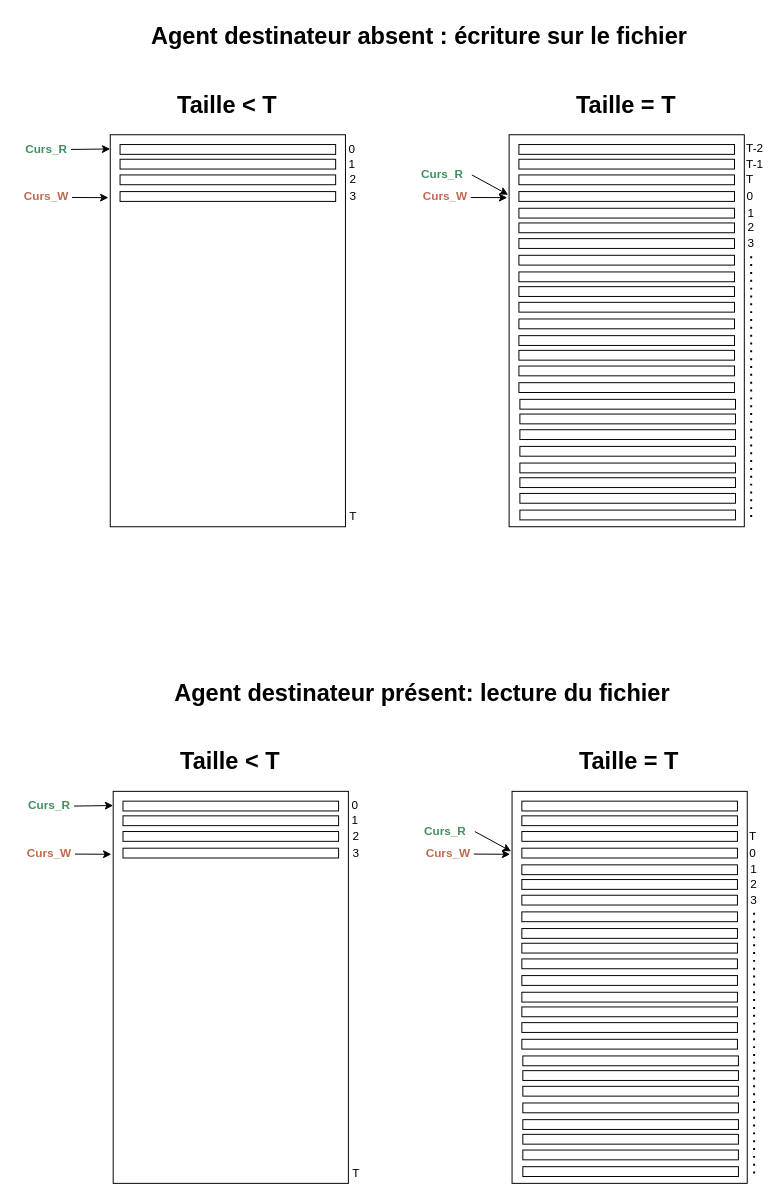
Before: page "Page-1" (1 of 2) of Diagramme sans nom.drawio in zeroun01/git, a draw.io diagram. Source tidied: cells renumbered, new cells numbered last; positions are measured from the earlier drawing's top-left corner, leaving out a move shared by most shapes. Both pictures are drawn from the tidied source at 98%, with x=0, y=0 at pixel (17, 17).
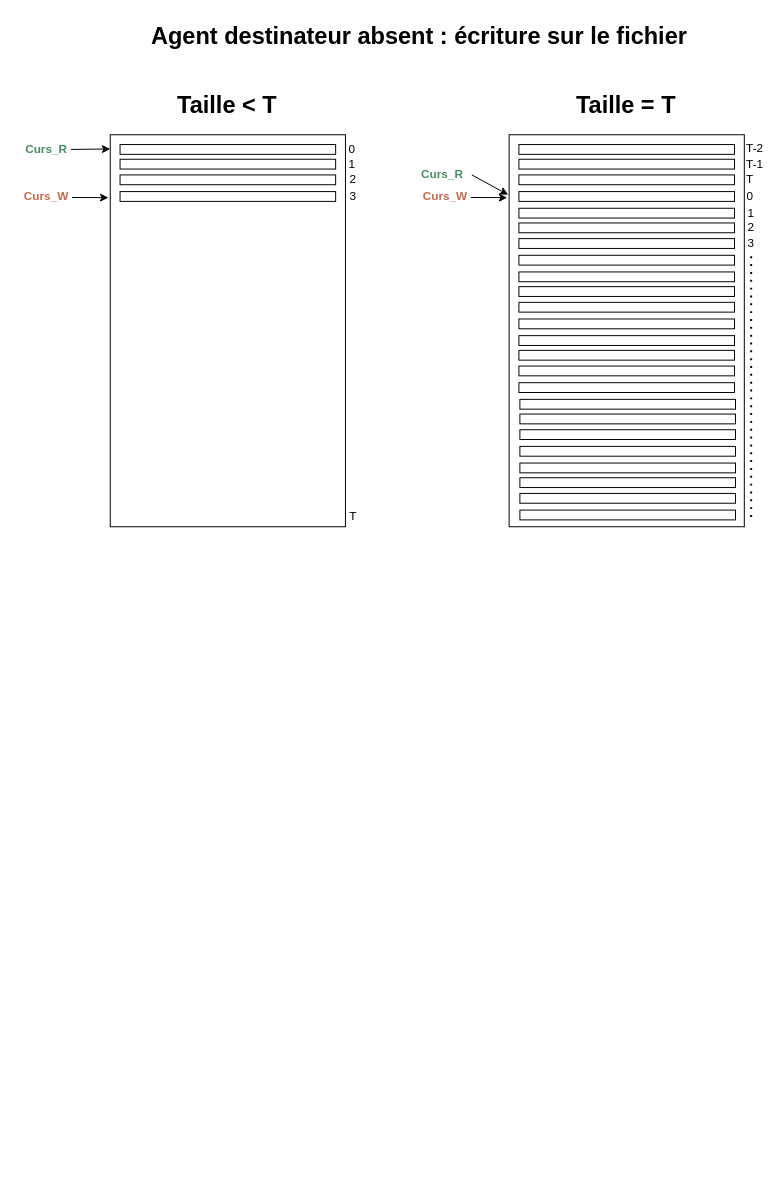
The same diagram, later.

Commit message:
Mettre à jour Diagramme sans nom.drawio

The edit, as a diff of the source:
```diff
@@
-    <mxCell id="54" style="rounded=0;whiteSpace=wrap;html=1;" parent="1" vertex="1">
-      <mxGeometry x="98" y="790" width="240" height="400" as="geometry" />
-    </mxCell>
-    <mxCell id="55" style="rounded=0;whiteSpace=wrap;html=1;" parent="1" vertex="1">
-      <mxGeometry x="108" y="800" width="220" height="10" as="geometry" />
-    </mxCell>
-    <mxCell id="56" style="rounded=0;whiteSpace=wrap;html=1;" parent="1" vertex="1">
-      <mxGeometry x="108" y="815" width="220" height="10" as="geometry" />
-    </mxCell>
-    <mxCell id="57" style="rounded=0;whiteSpace=wrap;html=1;" parent="1" vertex="1">
-      <mxGeometry x="108" y="848" width="220" height="10" as="geometry" />
-    </mxCell>
-    <mxCell id="58" style="rounded=0;whiteSpace=wrap;html=1;" parent="1" vertex="1">
-      <mxGeometry x="108" y="831" width="220" height="10" as="geometry" />
-    </mxCell>
-    <mxCell id="59" style="endArrow=classic;html=1;rounded=0;" parent="1" edge="1">
-      <mxGeometry relative="1" as="geometry">
-        <mxPoint x="58" y="805" as="sourcePoint" />
-        <mxPoint x="98" y="804.5" as="targetPoint" />
-      </mxGeometry>
-    </mxCell>
-    <mxCell id="60" style="endArrow=classic;html=1;rounded=0;entryX=-0.012;entryY=0.163;entryDx=0;entryDy=0;entryPerimeter=0;" parent="1" edge="1">
-      <mxGeometry relative="1" as="geometry">
-        <mxPoint x="59" y="854" as="sourcePoint" />
-        <mxPoint x="96.1" y="854.2" as="targetPoint" />
-      </mxGeometry>
-    </mxCell>
-    <mxCell id="61" value="&lt;div&gt;&lt;font color=&quot;#c2694e&quot;&gt;&lt;b&gt;Curs_W&lt;/b&gt;&lt;/font&gt;&lt;/div&gt;" style="text;html=1;align=center;verticalAlign=middle;whiteSpace=wrap;rounded=0;" parent="1" vertex="1">
-      <mxGeometry x="3" y="843" width="60" height="20" as="geometry" />
-    </mxCell>
-    <mxCell id="62" value="&lt;b&gt;&lt;font color=&quot;#438f5f&quot;&gt;Curs_R&lt;/font&gt;&lt;/b&gt;" style="text;html=1;align=center;verticalAlign=middle;whiteSpace=wrap;rounded=0;" parent="1" vertex="1">
-      <mxGeometry x="3" y="795" width="60" height="20" as="geometry" />
-    </mxCell>
-    <mxCell id="63" value="0" style="text;html=1;align=center;verticalAlign=middle;whiteSpace=wrap;rounded=0;" parent="1" vertex="1">
-      <mxGeometry x="340" y="800" width="10" height="10" as="geometry" />
-    </mxCell>
-    <mxCell id="64" value="1" style="text;html=1;align=center;verticalAlign=middle;whiteSpace=wrap;rounded=0;" parent="1" vertex="1">
-      <mxGeometry x="340" y="815" width="10" height="10" as="geometry" />
-    </mxCell>
-    <mxCell id="65" value="2" style="text;html=1;align=center;verticalAlign=middle;whiteSpace=wrap;rounded=0;" parent="1" vertex="1">
-      <mxGeometry x="341" y="831" width="10" height="10" as="geometry" />
-    </mxCell>
-    <mxCell id="66" value="3" style="text;html=1;align=center;verticalAlign=middle;whiteSpace=wrap;rounded=0;" parent="1" vertex="1">
-      <mxGeometry x="341" y="848" width="10" height="10" as="geometry" />
-    </mxCell>
-    <mxCell id="67" value="T" style="text;html=1;align=center;verticalAlign=middle;whiteSpace=wrap;rounded=0;" parent="1" vertex="1">
-      <mxGeometry x="341" y="1175" width="10" height="10" as="geometry" />
-    </mxCell>
-    <mxCell id="68" style="rounded=0;whiteSpace=wrap;html=1;" parent="1" vertex="1">
-      <mxGeometry x="505" y="790" width="240" height="400" as="geometry" />
-    </mxCell>
-    <mxCell id="69" style="rounded=0;whiteSpace=wrap;html=1;" parent="1" vertex="1">
-      <mxGeometry x="515" y="800" width="220" height="10" as="geometry" />
-    </mxCell>
-    <mxCell id="70" style="rounded=0;whiteSpace=wrap;html=1;" parent="1" vertex="1">
-      <mxGeometry x="515" y="815" width="220" height="10" as="geometry" />
-    </mxCell>
-    <mxCell id="71" style="rounded=0;whiteSpace=wrap;html=1;" parent="1" vertex="1">
-      <mxGeometry x="515" y="848" width="220" height="10" as="geometry" />
-    </mxCell>
-    <mxCell id="72" style="rounded=0;whiteSpace=wrap;html=1;" parent="1" vertex="1">
-      <mxGeometry x="515" y="831" width="220" height="10" as="geometry" />
-    </mxCell>
-    <mxCell id="73" style="endArrow=classic;html=1;rounded=0;entryX=-0.004;entryY=0.153;entryDx=0;entryDy=0;entryPerimeter=0;exitX=1;exitY=0.5;exitDx=0;exitDy=0;" parent="1" edge="1" source="76" target="68">
-      <mxGeometry relative="1" as="geometry" />
-    </mxCell>
-    <mxCell id="74" style="endArrow=classic;html=1;rounded=0;entryX=-0.012;entryY=0.163;entryDx=0;entryDy=0;entryPerimeter=0;" parent="1" edge="1">
-      <mxGeometry relative="1" as="geometry">
-        <mxPoint x="466" y="854" as="sourcePoint" />
-        <mxPoint x="503.1" y="854.2" as="targetPoint" />
-      </mxGeometry>
-    </mxCell>
-    <mxCell id="75" value="&lt;div&gt;&lt;font color=&quot;#c2694e&quot;&gt;&lt;b&gt;Curs_W&lt;/b&gt;&lt;/font&gt;&lt;/div&gt;" style="text;html=1;align=center;verticalAlign=middle;whiteSpace=wrap;rounded=0;" parent="1" vertex="1">
-      <mxGeometry x="410" y="843" width="60" height="20" as="geometry" />
-    </mxCell>
-    <mxCell id="76" value="&lt;b&gt;&lt;font color=&quot;#438f5f&quot;&gt;Curs_R&lt;/font&gt;&lt;/b&gt;" style="text;html=1;align=center;verticalAlign=middle;whiteSpace=wrap;rounded=0;" parent="1" vertex="1">
-      <mxGeometry x="407" y="821" width="60" height="20" as="geometry" />
-    </mxCell>
-    <mxCell id="77" value="0" style="text;html=1;align=center;verticalAlign=middle;whiteSpace=wrap;rounded=0;" parent="1" vertex="1">
-      <mxGeometry x="746" y="848" width="10" height="10" as="geometry" />
-    </mxCell>
-    <mxCell id="78" value="1" style="text;html=1;align=center;verticalAlign=middle;whiteSpace=wrap;rounded=0;" parent="1" vertex="1">
-      <mxGeometry x="747" y="865" width="10" height="10" as="geometry" />
-    </mxCell>
-    <mxCell id="79" value="2" style="text;html=1;align=center;verticalAlign=middle;whiteSpace=wrap;rounded=0;" parent="1" vertex="1">
-      <mxGeometry x="747" y="880" width="10" height="10" as="geometry" />
-    </mxCell>
-    <mxCell id="80" value="3" style="text;html=1;align=center;verticalAlign=middle;whiteSpace=wrap;rounded=0;" parent="1" vertex="1">
-      <mxGeometry x="747" y="896" width="10" height="10" as="geometry" />
-    </mxCell>
-    <mxCell id="81" value="T" style="text;html=1;align=center;verticalAlign=middle;whiteSpace=wrap;rounded=0;" parent="1" vertex="1">
-      <mxGeometry x="746" y="831" width="10" height="10" as="geometry" />
-    </mxCell>
-    <mxCell id="82" style="rounded=0;whiteSpace=wrap;html=1;" parent="1" vertex="1">
-      <mxGeometry x="515" y="865" width="220" height="10" as="geometry" />
-    </mxCell>
-    <mxCell id="83" style="rounded=0;whiteSpace=wrap;html=1;" parent="1" vertex="1">
-      <mxGeometry x="515" y="880" width="220" height="10" as="geometry" />
-    </mxCell>
-    <mxCell id="84" style="rounded=0;whiteSpace=wrap;html=1;" parent="1" vertex="1">
-      <mxGeometry x="515" y="913" width="220" height="10" as="geometry" />
-    </mxCell>
-    <mxCell id="85" style="rounded=0;whiteSpace=wrap;html=1;" parent="1" vertex="1">
-      <mxGeometry x="515" y="896" width="220" height="10" as="geometry" />
-    </mxCell>
-    <mxCell id="86" style="rounded=0;whiteSpace=wrap;html=1;" parent="1" vertex="1">
-      <mxGeometry x="515" y="930" width="220" height="10" as="geometry" />
-    </mxCell>
-    <mxCell id="87" style="rounded=0;whiteSpace=wrap;html=1;" parent="1" vertex="1">
-      <mxGeometry x="515" y="945" width="220" height="10" as="geometry" />
-    </mxCell>
-    <mxCell id="88" style="rounded=0;whiteSpace=wrap;html=1;" parent="1" vertex="1">
-      <mxGeometry x="515" y="978" width="220" height="10" as="geometry" />
-    </mxCell>
-    <mxCell id="89" style="rounded=0;whiteSpace=wrap;html=1;" parent="1" vertex="1">
-      <mxGeometry x="515" y="961" width="220" height="10" as="geometry" />
-    </mxCell>
-    <mxCell id="90" style="rounded=0;whiteSpace=wrap;html=1;" parent="1" vertex="1">
-      <mxGeometry x="515" y="995" width="220" height="10" as="geometry" />
-    </mxCell>
-    <mxCell id="91" style="rounded=0;whiteSpace=wrap;html=1;" parent="1" vertex="1">
-      <mxGeometry x="515" y="1010" width="220" height="10" as="geometry" />
-    </mxCell>
-    <mxCell id="92" style="rounded=0;whiteSpace=wrap;html=1;" parent="1" vertex="1">
-      <mxGeometry x="515" y="1043" width="220" height="10" as="geometry" />
-    </mxCell>
-    <mxCell id="93" style="rounded=0;whiteSpace=wrap;html=1;" parent="1" vertex="1">
-      <mxGeometry x="515" y="1026" width="220" height="10" as="geometry" />
-    </mxCell>
-    <mxCell id="94" style="rounded=0;whiteSpace=wrap;html=1;" parent="1" vertex="1">
-      <mxGeometry x="516" y="1060" width="220" height="10" as="geometry" />
-    </mxCell>
-    <mxCell id="95" style="rounded=0;whiteSpace=wrap;html=1;" parent="1" vertex="1">
-      <mxGeometry x="516" y="1075" width="220" height="10" as="geometry" />
-    </mxCell>
-    <mxCell id="96" style="rounded=0;whiteSpace=wrap;html=1;" parent="1" vertex="1">
-      <mxGeometry x="516" y="1108" width="220" height="10" as="geometry" />
-    </mxCell>
-    <mxCell id="97" style="rounded=0;whiteSpace=wrap;html=1;" parent="1" vertex="1">
-      <mxGeometry x="516" y="1091" width="220" height="10" as="geometry" />
-    </mxCell>
-    <mxCell id="98" style="rounded=0;whiteSpace=wrap;html=1;" parent="1" vertex="1">
-      <mxGeometry x="516" y="1125" width="220" height="10" as="geometry" />
-    </mxCell>
-    <mxCell id="99" style="rounded=0;whiteSpace=wrap;html=1;" parent="1" vertex="1">
-      <mxGeometry x="516" y="1140" width="220" height="10" as="geometry" />
-    </mxCell>
-    <mxCell id="100" style="rounded=0;whiteSpace=wrap;html=1;" parent="1" vertex="1">
-      <mxGeometry x="516" y="1173" width="220" height="10" as="geometry" />
-    </mxCell>
-    <mxCell id="101" style="rounded=0;whiteSpace=wrap;html=1;" parent="1" vertex="1">
-      <mxGeometry x="516" y="1156" width="220" height="10" as="geometry" />
-    </mxCell>
-    <mxCell id="102" style="endArrow=none;dashed=1;html=1;dashPattern=1 3;strokeWidth=2;rounded=0;" parent="1" edge="1">
-      <mxGeometry relative="1" as="geometry">
-        <mxPoint x="752" y="1180" as="sourcePoint" />
-        <mxPoint x="752" y="910" as="targetPoint" />
-      </mxGeometry>
-    </mxCell>
-    <mxCell id="103" value="Taille &amp;lt; T" style="text;strokeColor=none;fillColor=none;html=1;fontSize=24;fontStyle=1;verticalAlign=middle;align=center;" parent="1" vertex="1">
-      <mxGeometry x="98" y="740" width="238" height="40" as="geometry" />
-    </mxCell>
-    <mxCell id="104" value="Taille = T" style="text;strokeColor=none;fillColor=none;html=1;fontSize=24;fontStyle=1;verticalAlign=middle;align=center;" parent="1" vertex="1">
-      <mxGeometry x="505" y="740" width="238" height="40" as="geometry" />
-    </mxCell>
-    <mxCell id="105" value="Agent destinateur présent: lecture du fichier" style="text;strokeColor=none;fillColor=none;html=1;fontSize=24;fontStyle=1;verticalAlign=middle;align=center;" parent="1" vertex="1">
-      <mxGeometry x="98" y="670" width="630" height="40" as="geometry" />
-    </mxCell>
```
